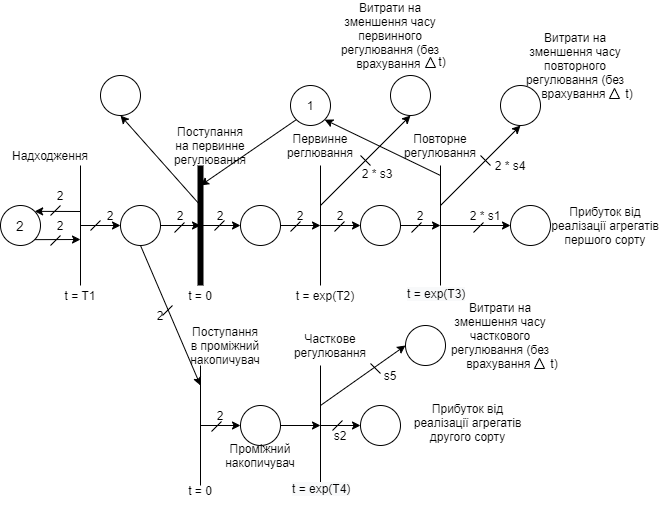
Earlier version of the draw.io export course work schema.png (ojdmytruk/SystemModeling_sem7). Source tidied: cells renumbered, new cells last; positions are measured from the earlier drawing's top-left corner, leaving out a move shared by most shapes.
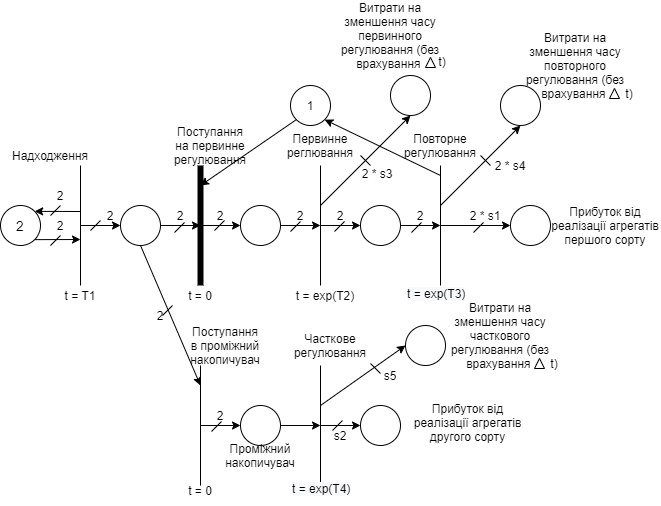
After the commit.

Diff of the diagram source:
```diff
@@ -288,15 +288,9 @@
     <mxCell id="68" value="&lt;span style=&quot;color: rgb(0 , 0 , 0) ; font-family: &amp;#34;helvetica&amp;#34; ; font-size: 12px ; font-style: normal ; font-weight: 400 ; letter-spacing: normal ; text-align: center ; text-indent: 0px ; text-transform: none ; word-spacing: 0px ; background-color: rgb(248 , 249 , 250) ; display: inline ; float: none&quot;&gt;t = exp(T4)&lt;/span&gt;" style="text;whiteSpace=wrap;html=1;" parent="1" vertex="1">
       <mxGeometry x="290" y="450" width="80" height="30" as="geometry" />
     </mxCell>
-    <mxCell id="69" style="ellipse;whiteSpace=wrap;html=1;" parent="1" vertex="1">
-      <mxGeometry x="100" y="50" width="40" height="40" as="geometry" />
-    </mxCell>
     <mxCell id="70" style="ellipse;whiteSpace=wrap;html=1;" parent="1" vertex="1">
       <mxGeometry x="500" y="60" width="40" height="40" as="geometry" />
     </mxCell>
-    <mxCell id="71" style="endArrow=classic;html=1;entryX=0.5;entryY=1;entryDx=0;entryDy=0;exitX=0;exitY=0;exitDx=0;exitDy=0;" parent="1" edge="1" source="46" target="69">
-      <mxGeometry relative="1" as="geometry" />
-    </mxCell>
     <mxCell id="72" style="endArrow=classic;html=1;entryX=0.5;entryY=1;entryDx=0;entryDy=0;exitX=0;exitY=0;exitDx=0;exitDy=0;exitPerimeter=0;" parent="1" edge="1" source="50" target="70">
       <mxGeometry relative="1" as="geometry" />
     </mxCell>
```
